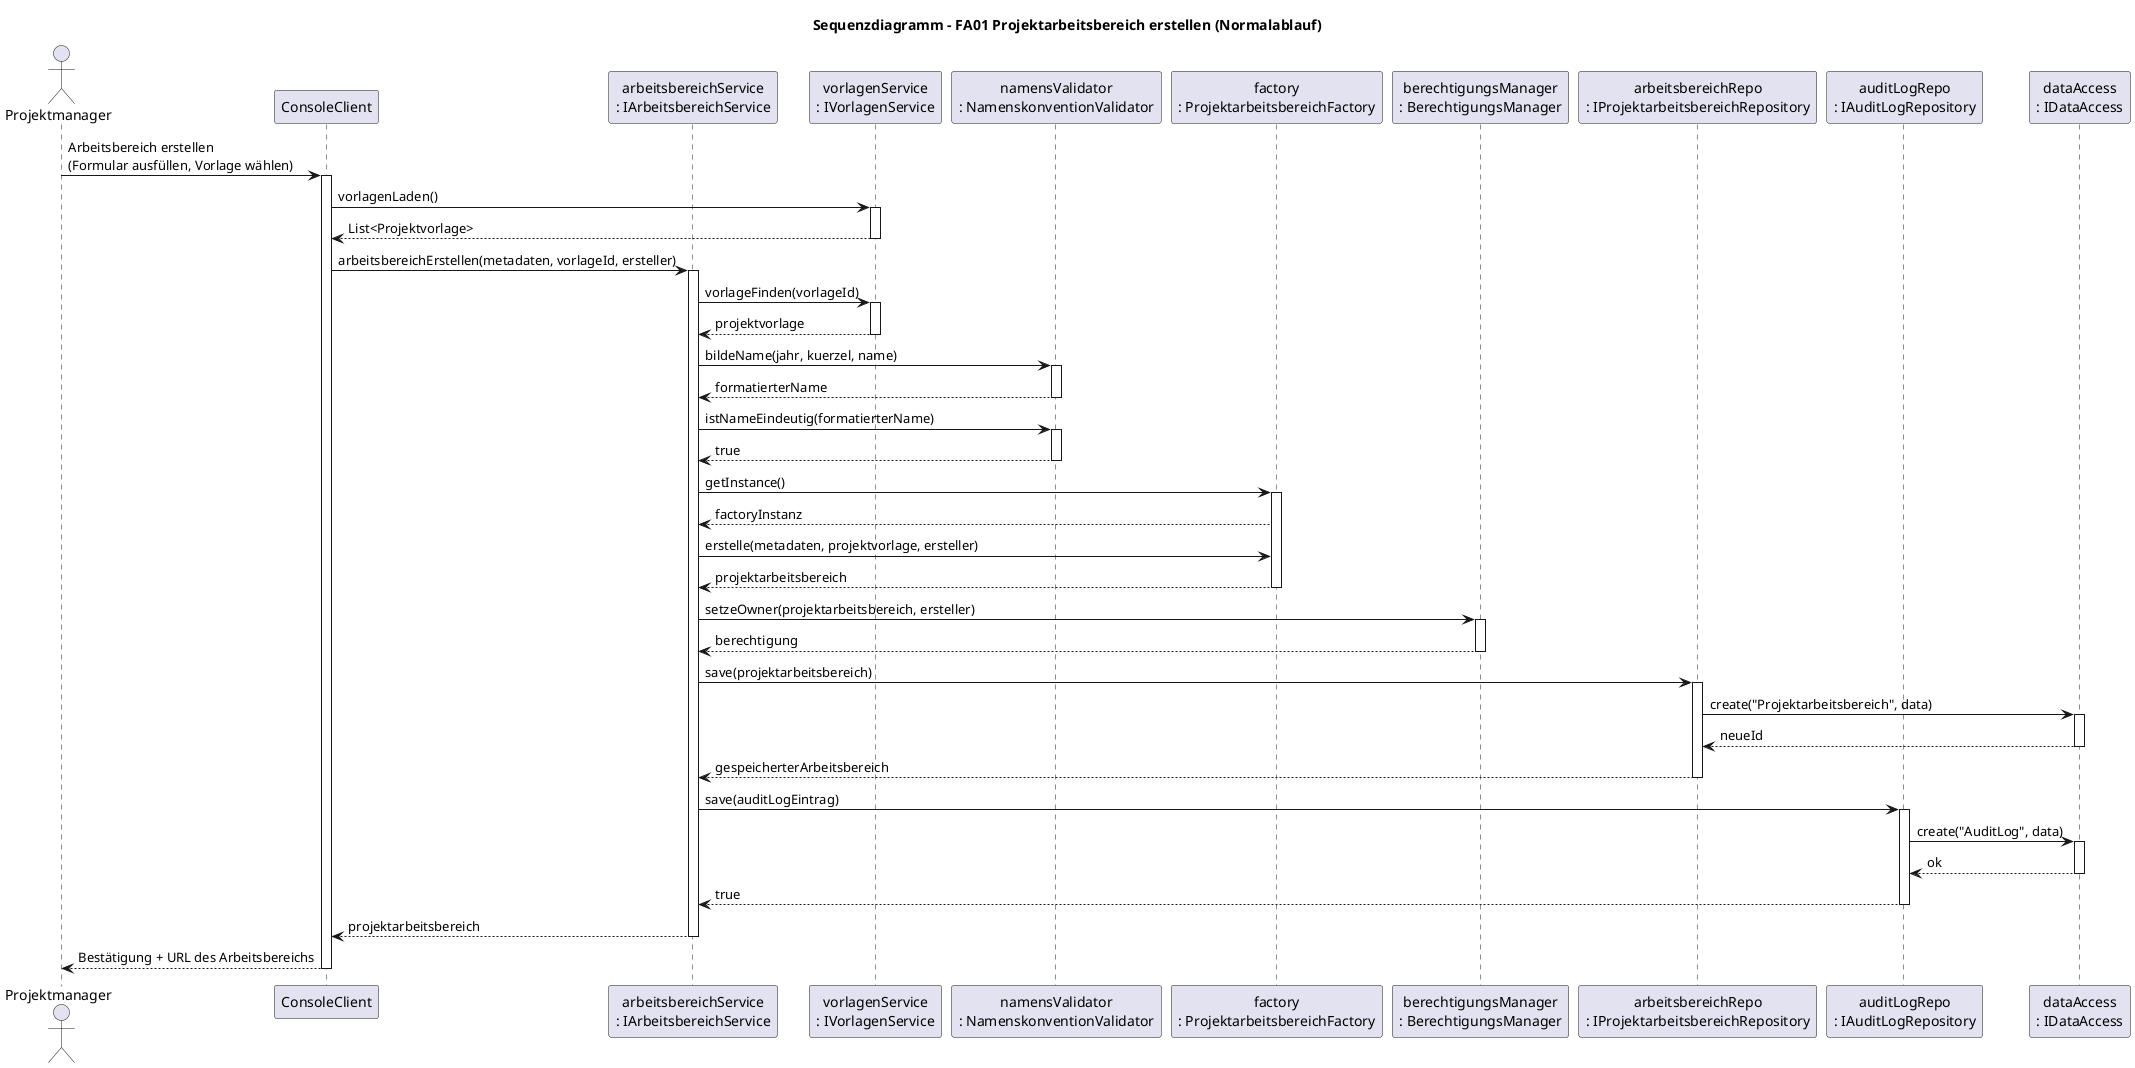
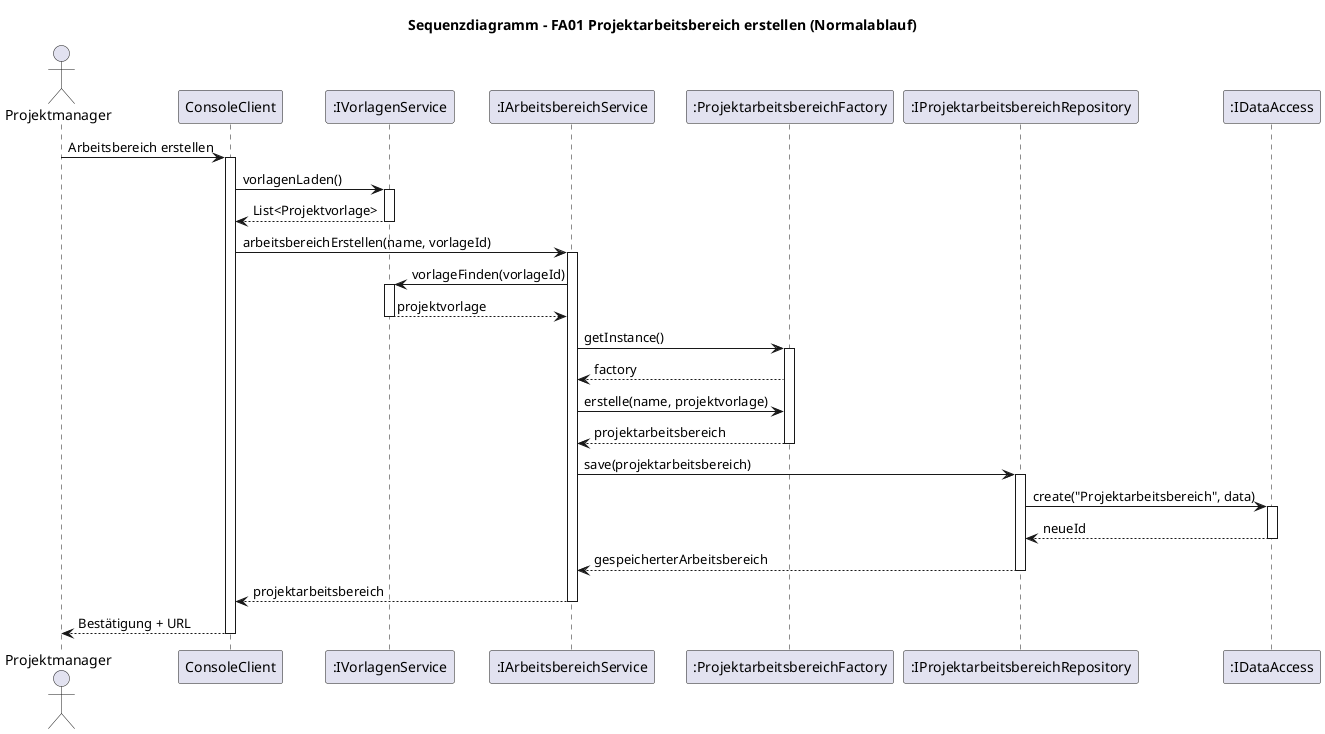
@startuml Sequenzdiagramm FA01
title Sequenzdiagramm – FA01 Projektarbeitsbereich erstellen (Normalablauf)

actor Projektmanager as PM
participant "ConsoleClient" as UI
- participant "arbeitsbereichService\n: IArbeitsbereichService" as SVC
- participant "vorlagenService\n: IVorlagenService" as VSVC
- participant "namensValidator\n: NamenskonventionValidator" as VAL
- participant "factory\n: ProjektarbeitsbereichFactory" as FAC
- participant "berechtigungsManager\n: BerechtigungsManager" as BM
- participant "arbeitsbereichRepo\n: IProjektarbeitsbereichRepository" as REPO
- participant "auditLogRepo\n: IAuditLogRepository" as AUDIT
- participant "dataAccess\n: IDataAccess" as DA
+ participant ":IVorlagenService" as VSVC
+ participant ":IArbeitsbereichService" as SVC
+ participant ":ProjektarbeitsbereichFactory" as FAC
+ participant ":IProjektarbeitsbereichRepository" as REPO
+ participant ":IDataAccess" as DA

- PM -> UI : Arbeitsbereich erstellen\n(Formular ausfüllen, Vorlage wählen)
+ PM -> UI : Arbeitsbereich erstellen
activate UI

UI -> VSVC : vorlagenLaden()
activate VSVC
VSVC --> UI : List<Projektvorlage>
deactivate VSVC

- UI -> SVC : arbeitsbereichErstellen(metadaten, vorlageId, ersteller)
+ UI -> SVC : arbeitsbereichErstellen(name, vorlageId)
activate SVC

SVC -> VSVC : vorlageFinden(vorlageId)
activate VSVC
VSVC --> SVC : projektvorlage
deactivate VSVC

- SVC -> VAL : bildeName(jahr, kuerzel, name)
- activate VAL
- VAL --> SVC : formatierterName
- deactivate VAL
- 
- SVC -> VAL : istNameEindeutig(formatierterName)
- activate VAL
- VAL --> SVC : true
- deactivate VAL
- 
SVC -> FAC : getInstance()
activate FAC
- FAC --> SVC : factoryInstanz
- SVC -> FAC : erstelle(metadaten, projektvorlage, ersteller)
+ FAC --> SVC : factory
+ SVC -> FAC : erstelle(name, projektvorlage)
FAC --> SVC : projektarbeitsbereich
deactivate FAC
- 
- SVC -> BM : setzeOwner(projektarbeitsbereich, ersteller)
- activate BM
- BM --> SVC : berechtigung
- deactivate BM

SVC -> REPO : save(projektarbeitsbereich)
activate REPO
REPO -> DA : create("Projektarbeitsbereich", data)
activate DA
DA --> REPO : neueId
deactivate DA
REPO --> SVC : gespeicherterArbeitsbereich
deactivate REPO

- SVC -> AUDIT : save(auditLogEintrag)
- activate AUDIT
- AUDIT -> DA : create("AuditLog", data)
- activate DA
- DA --> AUDIT : ok
- deactivate DA
- AUDIT --> SVC : true
- deactivate AUDIT
- 
SVC --> UI : projektarbeitsbereich
deactivate SVC

- UI --> PM : Bestätigung + URL des Arbeitsbereichs
+ UI --> PM : Bestätigung + URL
deactivate UI

@enduml
